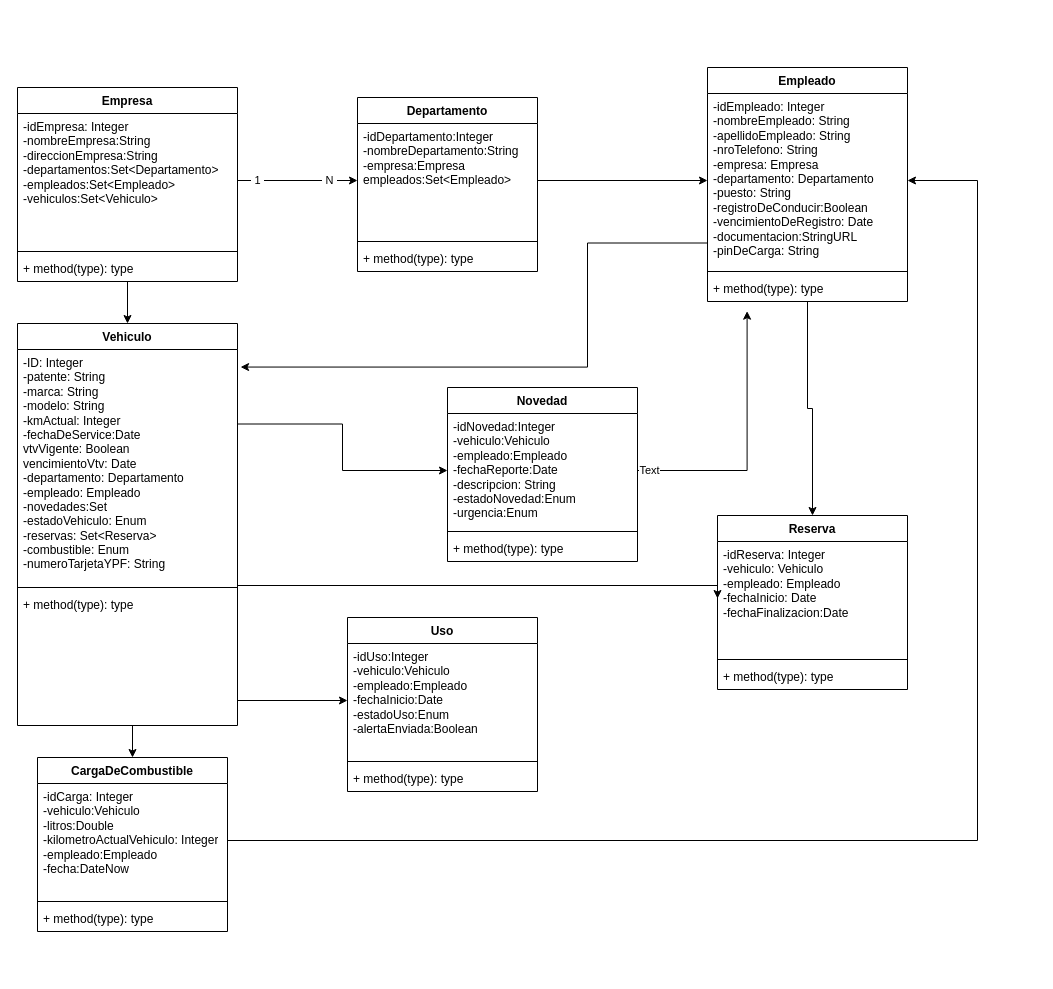
The draw.io diagram UML.drawio in EliasDolenz/gestorDeVehiculosEmpresariales, before the edit. Source tidied: cells renumbered, new cells numbered last; positions are measured from the earlier drawing's top-left corner, leaving out a move shared by most shapes. Both pictures are drawn from the tidied source at 100%, with x=0, y=0 at pixel (17, 67).
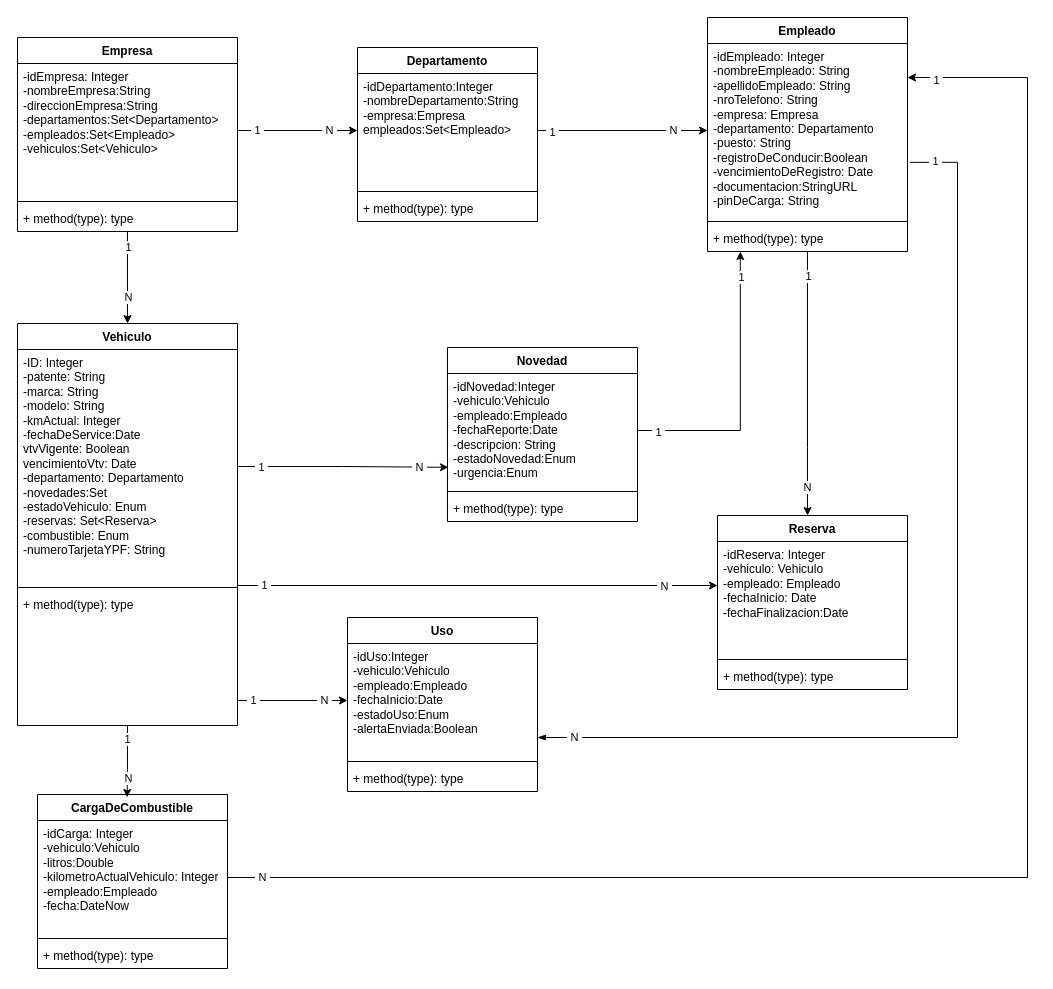
The same diagram, later.

Commit message:
Actualización Multiplicidad

Unchanged cells that the change refers to:
```xml
<mxCell id="3" style="edgeStyle=orthogonalEdgeStyle;rounded=0;jettySize=auto;html=1;exitX=1;exitY=0.5;exitDx=0;exitDy=0;entryX=0;entryY=0.5;entryDx=0;entryDy=0;" parent="1" edge="1" target="28">
  <mxGeometry relative="1" as="geometry">
    <mxPoint x="220" y="631" as="sourcePoint" />
    <Array as="points">
      <mxPoint x="220" y="633" />
    </Array>
  </mxGeometry>
</mxCell>
<mxCell id="5" value="Vehiculo" style="swimlane;fontStyle=1;align=center;verticalAlign=top;horizontal=1;startSize=26;whiteSpace=wrap;html=1;" parent="1" vertex="1">
  <mxGeometry y="256" width="220" height="402" as="geometry" />
</mxCell>
<mxCell id="11" value="-idEmpleado: Integer&lt;div&gt;-nombreEmpleado: String&lt;/div&gt;&lt;div&gt;-apellidoEmpleado: String&lt;/div&gt;&lt;div&gt;-nroTelefono: String&lt;/div&gt;&lt;div&gt;-empresa: Empresa&lt;/div&gt;&lt;div&gt;-departamento: Departamento&lt;/div&gt;&lt;div&gt;-puesto: String&lt;/div&gt;&lt;div&gt;-registroDeConducir:Boolean&lt;/div&gt;&lt;div&gt;-vencimientoDeRegistro: Date&lt;/div&gt;&lt;div&gt;-documentacion:StringURL&lt;/div&gt;&lt;div&gt;-pinDeCarga: String&lt;/div&gt;" style="text;strokeColor=none;fillColor=none;align=left;verticalAlign=top;spacingLeft=4;spacingRight=4;overflow=hidden;points=[[0,0.5],[1,0.5]];portConstraint=eastwest;whiteSpace=wrap;html=1;" parent="10" vertex="1">
  <mxGeometry y="26" width="200" height="174" as="geometry" />
</mxCell>
<mxCell id="13" value="+ method(type): type" style="text;strokeColor=none;fillColor=none;align=left;verticalAlign=top;spacingLeft=4;spacingRight=4;overflow=hidden;points=[[0,0.5],[1,0.5]];portConstraint=eastwest;whiteSpace=wrap;html=1;" parent="10" vertex="1">
  <mxGeometry y="208" width="200" height="26" as="geometry" />
</mxCell>
<mxCell id="14" style="edgeStyle=orthogonalEdgeStyle;rounded=0;jettySize=auto;html=1;exitX=0.5;exitY=1;exitDx=0;exitDy=0;entryX=0.5;entryY=0;entryDx=0;entryDy=0;" parent="1" edge="1" source="15" target="5">
  <mxGeometry relative="1" as="geometry" />
</mxCell>
<mxCell id="23" value="Reserva" style="swimlane;fontStyle=1;align=center;verticalAlign=top;horizontal=1;startSize=26;whiteSpace=wrap;html=1;" parent="1" vertex="1">
  <mxGeometry x="700" y="448" width="190" height="174" as="geometry" />
</mxCell>
<mxCell id="24" value="-idReserva: Integer&lt;div&gt;-vehiculo: Vehiculo&lt;/div&gt;&lt;div&gt;-empleado: Empleado&lt;/div&gt;&lt;div&gt;-fechaInicio: Date&lt;/div&gt;&lt;div&gt;-fechaFinalizacion:Date&lt;/div&gt;" style="text;strokeColor=none;fillColor=none;align=left;verticalAlign=top;spacingLeft=4;spacingRight=4;overflow=hidden;points=[[0,0.5],[1,0.5]];portConstraint=eastwest;whiteSpace=wrap;html=1;" parent="23" vertex="1">
  <mxGeometry y="26" width="190" height="114" as="geometry" />
</mxCell>
<mxCell id="32" value="-idNovedad:Integer&lt;div&gt;-vehiculo:Vehiculo&lt;/div&gt;&lt;div&gt;-empleado:Empleado&lt;/div&gt;&lt;div&gt;-fechaReporte:Date&lt;/div&gt;&lt;div&gt;-descripcion: String&lt;/div&gt;&lt;div&gt;-estadoNovedad:Enum&lt;/div&gt;&lt;div&gt;-urgencia:Enum&lt;/div&gt;" style="text;strokeColor=none;fillColor=none;align=left;verticalAlign=top;spacingLeft=4;spacingRight=4;overflow=hidden;points=[[0,0.5],[1,0.5]];portConstraint=eastwest;whiteSpace=wrap;html=1;" parent="31" vertex="1">
  <mxGeometry y="26" width="190" height="114" as="geometry" />
</mxCell>
<mxCell id="36" value="-idCarga: Integer&lt;div&gt;-vehiculo:Vehiculo&lt;/div&gt;&lt;div&gt;-litros:Double&lt;/div&gt;&lt;div&gt;-kilometroActualVehiculo: Integer&lt;/div&gt;&lt;div&gt;-empleado:Empleado&lt;/div&gt;&lt;div&gt;-fecha:DateNow&lt;/div&gt;" style="text;strokeColor=none;fillColor=none;align=left;verticalAlign=top;spacingLeft=4;spacingRight=4;overflow=hidden;points=[[0,0.5],[1,0.5]];portConstraint=eastwest;whiteSpace=wrap;html=1;" parent="35" vertex="1">
  <mxGeometry y="26" width="190" height="114" as="geometry" />
</mxCell>
<mxCell id="42" style="edgeStyle=orthogonalEdgeStyle;rounded=0;jettySize=auto;html=1;exitX=1;exitY=0.5;exitDx=0;exitDy=0;entryX=0;entryY=0.5;entryDx=0;entryDy=0;" parent="1" edge="1" source="20" target="11">
  <mxGeometry relative="1" as="geometry" />
</mxCell>
```

Diff of the diagram source:
```diff
@@
-    <mxCell id="2" style="edgeStyle=orthogonalEdgeStyle;rounded=0;jettySize=auto;html=1;exitX=0.5;exitY=1;exitDx=0;exitDy=0;entryX=0.5;entryY=0;entryDx=0;entryDy=0;" parent="1" edge="1" source="5" target="35">
-      <mxGeometry relative="1" as="geometry" />
-    </mxCell>
@@
-    <mxCell id="4" style="edgeStyle=orthogonalEdgeStyle;rounded=0;jettySize=auto;html=1;exitX=1;exitY=0.25;exitDx=0;exitDy=0;entryX=0;entryY=0.5;entryDx=0;entryDy=0;" parent="1" edge="1" source="5" target="32">
-      <mxGeometry relative="1" as="geometry" />
-    </mxCell>
+    <mxCell id="48" value="&amp;nbsp;1&amp;nbsp;" style="edgeLabel;html=1;align=center;verticalAlign=middle;" parent="3" vertex="1">
+      <mxGeometry x="-0.7" y="1" relative="1" as="geometry" />
+    </mxCell>
+    <mxCell id="49" value="&amp;nbsp;N&amp;nbsp;" style="edgeLabel;html=1;align=center;verticalAlign=middle;" parent="3" vertex="1">
+      <mxGeometry x="0.58" y="1" relative="1" as="geometry" />
+    </mxCell>
@@
-    <mxCell id="6" value="&lt;div&gt;-ID: Integer&lt;/div&gt;-patente: String&lt;div&gt;-marca: String&lt;/div&gt;&lt;div&gt;-modelo: String&lt;/div&gt;&lt;div&gt;-kmActual: Integer&lt;/div&gt;&lt;div&gt;-fechaDeService:Date&lt;/div&gt;&lt;div&gt;vtvVigente: Boolean&lt;/div&gt;&lt;div&gt;vencimientoVtv: Date&lt;/div&gt;&lt;div&gt;-departamento: Departamento&lt;/div&gt;&lt;div&gt;-empleado: Empleado&lt;/div&gt;&lt;div&gt;-novedades:Set&lt;/div&gt;&lt;div&gt;-estadoVehiculo: Enum&lt;/div&gt;&lt;div&gt;-reservas: Set&amp;lt;Reserva&amp;gt;&lt;/div&gt;&lt;div&gt;-combustible: Enum&lt;/div&gt;&lt;div&gt;-numeroTarjetaYPF: String&lt;/div&gt;&lt;div&gt;&lt;br&gt;&lt;/div&gt;&lt;div&gt;&lt;br&gt;&lt;/div&gt;" style="text;strokeColor=none;fillColor=none;align=left;verticalAlign=top;spacingLeft=4;spacingRight=4;overflow=hidden;points=[[0,0.5],[1,0.5]];portConstraint=eastwest;whiteSpace=wrap;html=1;" parent="5" vertex="1">
+    <mxCell id="6" value="&lt;div&gt;-ID: Integer&lt;/div&gt;-patente: String&lt;div&gt;-marca: String&lt;/div&gt;&lt;div&gt;-modelo: String&lt;/div&gt;&lt;div&gt;-kmActual: Integer&lt;/div&gt;&lt;div&gt;-fechaDeService:Date&lt;/div&gt;&lt;div&gt;vtvVigente: Boolean&lt;/div&gt;&lt;div&gt;vencimientoVtv: Date&lt;/div&gt;&lt;div&gt;-departamento: Departamento&lt;/div&gt;&lt;div&gt;-novedades:Set&lt;/div&gt;&lt;div&gt;-estadoVehiculo: Enum&lt;/div&gt;&lt;div&gt;-reservas: Set&amp;lt;Reserva&amp;gt;&lt;/div&gt;&lt;div&gt;-combustible: Enum&lt;/div&gt;&lt;div&gt;-numeroTarjetaYPF: String&lt;/div&gt;&lt;div&gt;&lt;br&gt;&lt;/div&gt;&lt;div&gt;&lt;br&gt;&lt;/div&gt;" style="text;strokeColor=none;fillColor=none;align=left;verticalAlign=top;spacingLeft=4;spacingRight=4;overflow=hidden;points=[[0,0.5],[1,0.5]];portConstraint=eastwest;whiteSpace=wrap;html=1;" parent="5" vertex="1">
       <mxGeometry y="26" width="220" height="234" as="geometry" />
     </mxCell>
@@
-    <mxCell id="9" style="edgeStyle=orthogonalEdgeStyle;rounded=0;jettySize=auto;html=1;exitX=0.5;exitY=1;exitDx=0;exitDy=0;entryX=0.5;entryY=0;entryDx=0;entryDy=0;" parent="1" edge="1" source="10" target="23">
-      <mxGeometry relative="1" as="geometry" />
+    <mxCell id="9" style="edgeStyle=orthogonalEdgeStyle;rounded=0;jettySize=auto;html=1;exitX=0.5;exitY=1;exitDx=0;exitDy=0;" parent="1" edge="1" source="10" target="23">
+      <mxGeometry relative="1" as="geometry">
+        <Array as="points">
+          <mxPoint x="790" y="380" />
+          <mxPoint x="790" y="380" />
+        </Array>
+      </mxGeometry>
     </mxCell>
+    <mxCell id="50" value="&amp;nbsp;1&amp;nbsp;" style="edgeLabel;html=1;align=center;verticalAlign=middle;" parent="9" vertex="1">
+      <mxGeometry x="-0.82" relative="1" as="geometry" />
+    </mxCell>
+    <mxCell id="51" value="&amp;nbsp;N&amp;nbsp;" style="edgeLabel;html=1;align=center;verticalAlign=middle;" parent="9" vertex="1">
+      <mxGeometry x="0.78" y="-1" relative="1" as="geometry" />
+    </mxCell>
     <mxCell id="10" value="Empleado" style="swimlane;fontStyle=1;align=center;verticalAlign=top;horizontal=1;startSize=26;whiteSpace=wrap;html=1;" parent="1" vertex="1">
-      <mxGeometry x="690" width="200" height="234" as="geometry" />
+      <mxGeometry x="690" y="-50" width="200" height="234" as="geometry" />
     </mxCell>
@@
+    <mxCell id="52" value="&amp;nbsp;1&amp;nbsp;" style="edgeLabel;html=1;align=center;verticalAlign=middle;" parent="14" vertex="1">
+      <mxGeometry x="-0.67" relative="1" as="geometry" />
+    </mxCell>
+    <mxCell id="53" value="N" style="edgeLabel;html=1;align=center;verticalAlign=middle;" parent="14" vertex="1">
+      <mxGeometry x="0.42" relative="1" as="geometry" />
+    </mxCell>
     <mxCell id="15" value="Empresa" style="swimlane;fontStyle=1;align=center;verticalAlign=top;horizontal=1;startSize=26;whiteSpace=wrap;html=1;" parent="1" vertex="1">
-      <mxGeometry y="20" width="220" height="194" as="geometry" />
+      <mxGeometry y="-30" width="220" height="194" as="geometry" />
     </mxCell>
@@
     <mxCell id="19" value="Departamento" style="swimlane;fontStyle=1;align=center;verticalAlign=top;horizontal=1;startSize=26;whiteSpace=wrap;html=1;" parent="1" vertex="1">
-      <mxGeometry x="340" y="30" width="180" height="174" as="geometry" />
+      <mxGeometry x="340" y="-20" width="180" height="174" as="geometry" />
     </mxCell>
@@
     <mxCell id="31" value="Novedad" style="swimlane;fontStyle=1;align=center;verticalAlign=top;horizontal=1;startSize=26;whiteSpace=wrap;html=1;" parent="1" vertex="1">
-      <mxGeometry x="430" y="320" width="190" height="174" as="geometry" />
+      <mxGeometry x="430" y="280" width="190" height="174" as="geometry" />
     </mxCell>
@@
     <mxCell id="35" value="CargaDeCombustible" style="swimlane;fontStyle=1;align=center;verticalAlign=top;horizontal=1;startSize=26;whiteSpace=wrap;html=1;" parent="1" vertex="1">
-      <mxGeometry x="20" y="690" width="190" height="174" as="geometry" />
+      <mxGeometry x="20" y="727" width="190" height="174" as="geometry" />
     </mxCell>
@@
+    <mxCell id="54" value="&amp;nbsp;1&amp;nbsp;" style="edgeLabel;html=1;align=center;verticalAlign=middle;" parent="42" vertex="1">
+      <mxGeometry x="-0.83" y="-1" relative="1" as="geometry" />
+    </mxCell>
+    <mxCell id="55" value="&amp;nbsp;N&amp;nbsp;" style="edgeLabel;html=1;align=center;verticalAlign=middle;" parent="42" vertex="1">
+      <mxGeometry x="0.59" y="1" relative="1" as="geometry" />
+    </mxCell>
+    <mxCell id="45" style="edgeStyle=orthogonalEdgeStyle;rounded=0;jettySize=auto;html=1;exitX=1;exitY=0.5;exitDx=0;exitDy=0;" parent="1" edge="1" source="36">
+      <mxGeometry relative="1" as="geometry">
+        <mxPoint x="890" y="10" as="targetPoint" />
+        <Array as="points">
+          <mxPoint x="1010" y="810" />
+          <mxPoint x="1010" y="10" />
+          <mxPoint x="890" y="10" />
+        </Array>
+      </mxGeometry>
+    </mxCell>
+    <mxCell id="56" value="&amp;nbsp;1&amp;nbsp;" style="edgeLabel;html=1;align=center;verticalAlign=middle;" parent="45" vertex="1">
+      <mxGeometry x="0.89" y="2" relative="1" as="geometry">
+        <mxPoint x="-67" as="offset" />
+      </mxGeometry>
+    </mxCell>
+    <mxCell id="57" value="&amp;nbsp;N&amp;nbsp;" style="edgeLabel;html=1;align=center;verticalAlign=middle;" parent="45" vertex="1">
+      <mxGeometry x="-0.96" y="1" relative="1" as="geometry" />
+    </mxCell>
+    <mxCell id="46" style="edgeStyle=orthogonalEdgeStyle;rounded=0;orthogonalLoop=1;jettySize=auto;html=1;exitX=1;exitY=0.5;exitDx=0;exitDy=0;" parent="1" edge="1">
+      <mxGeometry relative="1" as="geometry">
+        <mxPoint x="220" y="427" as="sourcePoint" />
+        <mxPoint x="700" y="518" as="targetPoint" />
+        <Array as="points">
+          <mxPoint x="220" y="518" />
+          <mxPoint x="700" y="518" />
+        </Array>
+      </mxGeometry>
+    </mxCell>
+    <mxCell id="58" value="&amp;nbsp;1&amp;nbsp;" style="edgeLabel;html=1;align=center;verticalAlign=middle;" parent="46" vertex="1">
+      <mxGeometry x="-0.59" y="1" relative="1" as="geometry" />
+    </mxCell>
+    <mxCell id="59" value="&amp;nbsp;N&amp;nbsp;" style="edgeLabel;html=1;align=center;verticalAlign=middle;" parent="46" vertex="1">
+      <mxGeometry x="0.81" relative="1" as="geometry" />
+    </mxCell>
+    <mxCell id="60" style="edgeStyle=orthogonalEdgeStyle;rounded=0;jettySize=auto;html=1;exitX=1;exitY=0.5;exitDx=0;exitDy=0;entryX=0.005;entryY=0.823;entryDx=0;entryDy=0;entryPerimeter=0;" parent="1" edge="1" source="6" target="32">
+      <mxGeometry relative="1" as="geometry" />
+    </mxCell>
+    <mxCell id="61" value="&amp;nbsp;N&amp;nbsp;" style="edgeLabel;html=1;align=center;verticalAlign=middle;" parent="60" vertex="1">
+      <mxGeometry x="0.72" relative="1" as="geometry" />
+    </mxCell>
+    <mxCell id="62" value="&amp;nbsp;1&amp;nbsp;" style="edgeLabel;html=1;align=center;verticalAlign=middle;" parent="60" vertex="1">
+      <mxGeometry x="-0.78" relative="1" as="geometry" />
+    </mxCell>
-    <mxCell id="43" style="edgeStyle=orthogonalEdgeStyle;rounded=0;jettySize=auto;html=1;exitX=1;exitY=0.5;exitDx=0;exitDy=0;entryX=0.198;entryY=1.372;entryDx=0;entryDy=0;entryPerimeter=0;" parent="1" edge="1" source="32" target="13">
-      <mxGeometry relative="1" as="geometry">
-        <Array as="points">
-          <mxPoint x="730" y="403" />
-        </Array>
-      </mxGeometry>
+    <mxCell id="43" style="edgeStyle=orthogonalEdgeStyle;rounded=0;jettySize=auto;html=1;exitX=1;exitY=0.5;exitDx=0;exitDy=0;entryX=0.164;entryY=1.002;entryDx=0;entryDy=0;entryPerimeter=0;" parent="1" edge="1" source="32" target="13">
+      <mxGeometry relative="1" as="geometry" />
     </mxCell>
-    <mxCell id="44" value="Text" style="edgeLabel;html=1;align=center;verticalAlign=middle;" parent="43" vertex="1">
-      <mxGeometry x="-0.92" y="1" relative="1" as="geometry" />
-    </mxCell>
-    <mxCell id="45" style="edgeStyle=orthogonalEdgeStyle;rounded=0;jettySize=auto;html=1;exitX=1;exitY=0.5;exitDx=0;exitDy=0;entryX=1;entryY=0.5;entryDx=0;entryDy=0;" parent="1" edge="1" source="36" target="11">
-      <mxGeometry relative="1" as="geometry">
-        <Array as="points">
-          <mxPoint x="960" y="773" />
-          <mxPoint x="960" y="113" />
-        </Array>
-      </mxGeometry>
-    </mxCell>
-    <mxCell id="46" style="edgeStyle=orthogonalEdgeStyle;rounded=0;jettySize=auto;html=1;exitX=1;exitY=0.5;exitDx=0;exitDy=0;entryX=0;entryY=0.5;entryDx=0;entryDy=0;" parent="1" edge="1" target="24">
-      <mxGeometry relative="1" as="geometry">
-        <mxPoint x="220" y="427" as="sourcePoint" />
-        <Array as="points">
-          <mxPoint x="220" y="518" />
-          <mxPoint x="700" y="518" />
-        </Array>
-      </mxGeometry>
-    </mxCell>
-    <mxCell id="47" style="edgeStyle=orthogonalEdgeStyle;rounded=0;jettySize=auto;html=1;exitX=0;exitY=0.75;exitDx=0;exitDy=0;entryX=1.014;entryY=0.075;entryDx=0;entryDy=0;entryPerimeter=0;" parent="1" edge="1" source="10" target="6">
-      <mxGeometry relative="1" as="geometry">
-        <Array as="points">
-          <mxPoint x="570" y="176" />
-          <mxPoint x="570" y="300" />
-        </Array>
-      </mxGeometry>
-    </mxCell>
+    <mxCell id="63" value="&amp;nbsp;1&amp;nbsp;" style="edgeLabel;html=1;align=center;verticalAlign=middle;" parent="43" vertex="1">
+      <mxGeometry x="-0.86" y="-1" relative="1" as="geometry" />
+    </mxCell>
+    <mxCell id="64" value="&amp;nbsp;1&amp;nbsp;" style="edgeLabel;html=1;align=center;verticalAlign=middle;" parent="43" vertex="1">
+      <mxGeometry x="0.82" y="-1" relative="1" as="geometry" />
+    </mxCell>
+    <mxCell id="2" style="edgeStyle=orthogonalEdgeStyle;rounded=0;jettySize=auto;html=1;exitX=0.5;exitY=1;exitDx=0;exitDy=0;entryX=0.472;entryY=0.017;entryDx=0;entryDy=0;entryPerimeter=0;" parent="1" edge="1" source="5" target="35">
+      <mxGeometry relative="1" as="geometry" />
+    </mxCell>
+    <mxCell id="65" value="1" style="edgeLabel;html=1;align=center;verticalAlign=middle;" parent="2" vertex="1">
+      <mxGeometry x="-0.63" y="-1" relative="1" as="geometry" />
+    </mxCell>
+    <mxCell id="66" value="N" style="edgeLabel;html=1;align=center;verticalAlign=middle;" parent="2" vertex="1">
+      <mxGeometry x="0.48" y="1" relative="1" as="geometry" />
+    </mxCell>
+    <mxCell id="67" style="edgeStyle=orthogonalEdgeStyle;rounded=0;jettySize=auto;html=1;entryX=1.012;entryY=0.683;entryDx=0;entryDy=0;entryPerimeter=0;startArrow=blockThin;startFill=1;endArrow=none;endFill=0;" parent="1" edge="1" target="11">
+      <mxGeometry relative="1" as="geometry">
+        <mxPoint x="520" y="670" as="sourcePoint" />
+        <Array as="points">
+          <mxPoint x="520" y="670" />
+          <mxPoint x="940" y="670" />
+          <mxPoint x="940" y="95" />
+        </Array>
+      </mxGeometry>
+    </mxCell>
+    <mxCell id="68" value="&amp;nbsp;1&amp;nbsp;" style="edgeLabel;html=1;align=center;verticalAlign=middle;" parent="67" vertex="1">
+      <mxGeometry x="0.95" y="-1" relative="1" as="geometry">
+        <mxPoint x="-1" as="offset" />
+      </mxGeometry>
+    </mxCell>
+    <mxCell id="69" value="&amp;nbsp;N&amp;nbsp;" style="edgeLabel;html=1;align=center;verticalAlign=middle;" parent="67" vertex="1">
+      <mxGeometry x="-0.93" y="1" relative="1" as="geometry" />
+    </mxCell>
```
